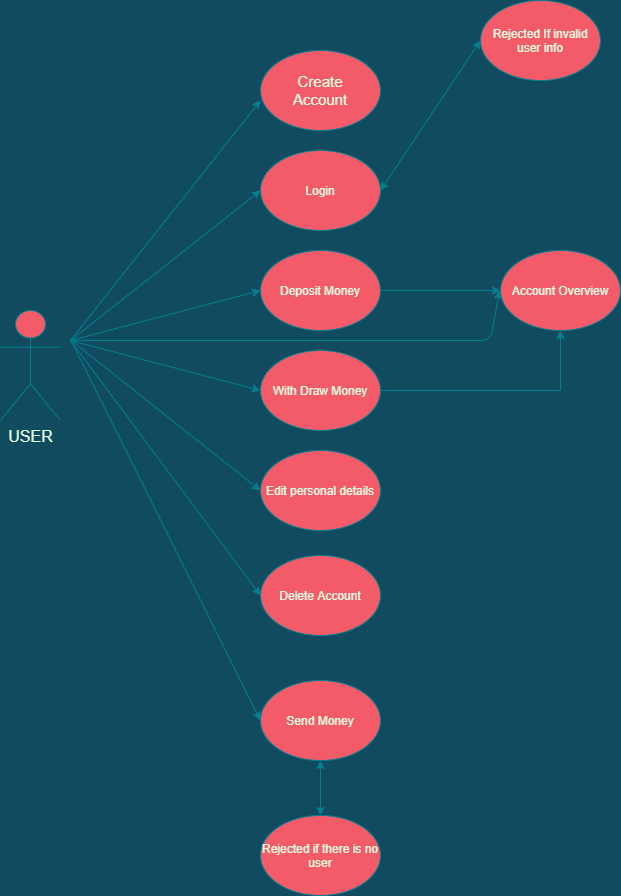
The draw.io diagram assests/User_Diagram.png in abuz33/Banking_System_Python_With_GUI, before a commit. Source tidied: cells renumbered, new cells last; positions are measured from the earlier drawing's top-left corner, leaving out a move shared by most shapes.
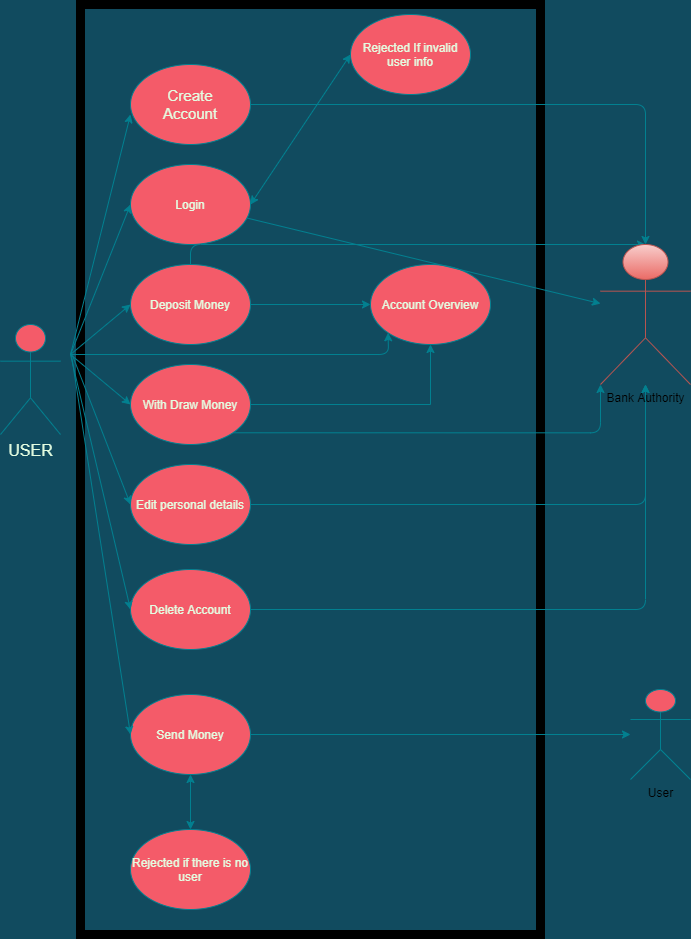
After the change.

What changed in the source:
```diff
@@ -2,24 +2,42 @@
   <root>
     <mxCell id="0" />
     <mxCell id="1" parent="0" />
+    <mxCell id="26" style="rounded=0;whiteSpace=wrap;html=1;sketch=0;fillColor=none;strokeWidth=9;" parent="1" vertex="1">
+      <mxGeometry x="210" y="-10" width="460" height="930" as="geometry" />
+    </mxCell>
+    <mxCell id="27" style="edgeStyle=orthogonalEdgeStyle;curved=0;rounded=1;sketch=0;jettySize=auto;html=1;exitX=1;exitY=0.5;exitDx=0;exitDy=0;strokeColor=#028090;fillColor=#F45B69;fontColor=#E4FDE1;" parent="1" edge="1" source="2" target="33">
+      <mxGeometry relative="1" as="geometry" />
+    </mxCell>
     <mxCell id="2" style="ellipse;whiteSpace=wrap;html=1;fillColor=#F45B69;strokeColor=#028090;fontColor=#E4FDE1;" parent="1" vertex="1">
       <mxGeometry x="260" y="50" width="120" height="80" as="geometry" />
     </mxCell>
     <mxCell id="3" value="Rejected if there is no user" style="ellipse;whiteSpace=wrap;html=1;fillColor=#F45B69;strokeColor=#028090;fontColor=#E4FDE1;" parent="1" vertex="1">
       <mxGeometry x="260" y="815" width="120" height="80" as="geometry" />
     </mxCell>
+    <mxCell id="28" style="edgeStyle=orthogonalEdgeStyle;curved=0;rounded=1;sketch=0;jettySize=auto;html=1;strokeColor=#028090;fillColor=#F45B69;fontColor=#E4FDE1;" parent="1" edge="1" source="4" target="35">
+      <mxGeometry relative="1" as="geometry" />
+    </mxCell>
     <mxCell id="4" value="Send Money" style="ellipse;whiteSpace=wrap;html=1;fillColor=#F45B69;strokeColor=#028090;fontColor=#E4FDE1;" parent="1" vertex="1">
       <mxGeometry x="260" y="680" width="120" height="80" as="geometry" />
     </mxCell>
+    <mxCell id="29" style="edgeStyle=orthogonalEdgeStyle;curved=0;rounded=1;sketch=0;jettySize=auto;html=1;strokeColor=#028090;fillColor=#F45B69;fontColor=#E4FDE1;" parent="1" edge="1" source="5" target="33">
+      <mxGeometry relative="1" as="geometry" />
+    </mxCell>
     <mxCell id="5" value="Edit personal details" style="ellipse;whiteSpace=wrap;html=1;fillColor=#F45B69;strokeColor=#028090;fontColor=#E4FDE1;" parent="1" vertex="1">
       <mxGeometry x="260" y="450" width="120" height="80" as="geometry" />
     </mxCell>
     <mxCell id="6" style="edgeStyle=orthogonalEdgeStyle;rounded=0;jettySize=auto;html=1;exitX=1;exitY=0.5;exitDx=0;exitDy=0;entryX=0.5;entryY=1;entryDx=0;entryDy=0;labelBackgroundColor=#114B5F;strokeColor=#028090;fontColor=#E4FDE1;" parent="1" edge="1" source="7" target="18">
       <mxGeometry relative="1" as="geometry" />
     </mxCell>
+    <mxCell id="30" style="edgeStyle=orthogonalEdgeStyle;curved=0;rounded=1;sketch=0;jettySize=auto;html=1;exitX=1;exitY=1;exitDx=0;exitDy=0;entryX=0;entryY=1;entryDx=0;entryDy=0;entryPerimeter=0;strokeColor=#028090;fillColor=#F45B69;fontColor=#E4FDE1;" parent="1" edge="1" source="7" target="33">
+      <mxGeometry relative="1" as="geometry" />
+    </mxCell>
     <mxCell id="7" value="With Draw Money" style="ellipse;whiteSpace=wrap;html=1;fillColor=#F45B69;strokeColor=#028090;fontColor=#E4FDE1;" parent="1" vertex="1">
       <mxGeometry x="260" y="350" width="120" height="80" as="geometry" />
     </mxCell>
+    <mxCell id="31" style="edgeStyle=orthogonalEdgeStyle;curved=0;rounded=1;sketch=0;jettySize=auto;html=1;exitX=0.5;exitY=0;exitDx=0;exitDy=0;entryX=0.5;entryY=0;entryDx=0;entryDy=0;entryPerimeter=0;strokeColor=#028090;fillColor=#F45B69;fontColor=#E4FDE1;" parent="1" edge="1" source="8" target="33">
+      <mxGeometry relative="1" as="geometry" />
+    </mxCell>
     <mxCell id="8" value="Deposit Money" style="ellipse;whiteSpace=wrap;html=1;fillColor=#F45B69;strokeColor=#028090;fontColor=#E4FDE1;" parent="1" vertex="1">
       <mxGeometry x="260" y="250" width="120" height="80" as="geometry" />
     </mxCell>
@@ -27,39 +45,39 @@
       <mxGeometry x="260" y="150" width="120" height="80" as="geometry" />
     </mxCell>
     <mxCell id="10" value="&lt;font style=&quot;font-size: 16px&quot;&gt;USER&lt;/font&gt;" style="shape=umlActor;verticalLabelPosition=bottom;verticalAlign=top;html=1;fillColor=#F45B69;strokeColor=#028090;fontColor=#E4FDE1;" parent="1" vertex="1">
-      <mxGeometry y="310" width="60" height="110" as="geometry" />
+      <mxGeometry x="130" y="310" width="60" height="110" as="geometry" />
     </mxCell>
     <mxCell id="11" value="&lt;font style=&quot;font-size: 15px&quot;&gt;Create Account&lt;/font&gt;" style="text;html=1;strokeColor=none;fillColor=none;align=center;verticalAlign=middle;whiteSpace=wrap;rounded=0;fontColor=#E4FDE1;" parent="1" vertex="1">
       <mxGeometry x="270" y="70" width="100" height="40" as="geometry" />
     </mxCell>
     <mxCell id="12" style="endArrow=classic;html=1;entryX=0;entryY=0.625;entryDx=0;entryDy=0;entryPerimeter=0;labelBackgroundColor=#114B5F;strokeColor=#028090;fontColor=#E4FDE1;" parent="1" edge="1" target="2">
       <mxGeometry relative="1" as="geometry">
-        <mxPoint x="70" y="340" as="sourcePoint" />
+        <mxPoint x="200" y="340" as="sourcePoint" />
       </mxGeometry>
     </mxCell>
     <mxCell id="13" style="endArrow=classic;html=1;entryX=0;entryY=0.5;entryDx=0;entryDy=0;labelBackgroundColor=#114B5F;strokeColor=#028090;fontColor=#E4FDE1;" parent="1" edge="1" target="9">
       <mxGeometry relative="1" as="geometry">
-        <mxPoint x="70" y="340" as="sourcePoint" />
+        <mxPoint x="200" y="340" as="sourcePoint" />
       </mxGeometry>
     </mxCell>
     <mxCell id="14" style="endArrow=classic;html=1;entryX=0;entryY=0.5;entryDx=0;entryDy=0;labelBackgroundColor=#114B5F;strokeColor=#028090;fontColor=#E4FDE1;" parent="1" edge="1" target="7">
       <mxGeometry relative="1" as="geometry">
-        <mxPoint x="70" y="340" as="sourcePoint" />
+        <mxPoint x="200" y="340" as="sourcePoint" />
       </mxGeometry>
     </mxCell>
     <mxCell id="15" style="endArrow=classic;html=1;entryX=0;entryY=0.5;entryDx=0;entryDy=0;labelBackgroundColor=#114B5F;strokeColor=#028090;fontColor=#E4FDE1;" parent="1" edge="1" target="5">
       <mxGeometry relative="1" as="geometry">
-        <mxPoint x="72" y="341" as="sourcePoint" />
+        <mxPoint x="202" y="341" as="sourcePoint" />
       </mxGeometry>
     </mxCell>
     <mxCell id="16" style="endArrow=classic;html=1;entryX=0;entryY=0.5;entryDx=0;entryDy=0;labelBackgroundColor=#114B5F;strokeColor=#028090;fontColor=#E4FDE1;" parent="1" edge="1" target="4">
       <mxGeometry relative="1" as="geometry">
-        <mxPoint x="71" y="341" as="sourcePoint" />
+        <mxPoint x="201" y="341" as="sourcePoint" />
       </mxGeometry>
     </mxCell>
     <mxCell id="17" style="endArrow=classic;html=1;entryX=0;entryY=0.5;entryDx=0;entryDy=0;labelBackgroundColor=#114B5F;strokeColor=#028090;fontColor=#E4FDE1;" parent="1" edge="1" target="8">
       <mxGeometry relative="1" as="geometry">
-        <mxPoint x="70" y="340" as="sourcePoint" />
+        <mxPoint x="200" y="340" as="sourcePoint" />
       </mxGeometry>
     </mxCell>
     <mxCell id="18" value="Account Overview" style="ellipse;whiteSpace=wrap;html=1;fillColor=#F45B69;strokeColor=#028090;fontColor=#E4FDE1;" parent="1" vertex="1">
@@ -68,24 +86,26 @@
     <mxCell id="19" style="endArrow=classic;html=1;exitX=1;exitY=0.5;exitDx=0;exitDy=0;labelBackgroundColor=#114B5F;strokeColor=#028090;fontColor=#E4FDE1;" parent="1" edge="1" source="8" target="18">
       <mxGeometry relative="1" as="geometry" />
     </mxCell>
-    <mxCell id="20" style="endArrow=classic;html=1;labelBackgroundColor=#114B5F;strokeColor=#028090;fontColor=#E4FDE1;" parent="1" edge="1">
+    <mxCell id="20" style="endArrow=classic;html=1;labelBackgroundColor=#114B5F;strokeColor=#028090;fontColor=#E4FDE1;entryX=0;entryY=1;entryDx=0;entryDy=0;" parent="1" edge="1" target="18">
       <mxGeometry relative="1" as="geometry">
-        <mxPoint x="70" y="340" as="sourcePoint" />
-        <mxPoint x="499" y="290" as="targetPoint" />
+        <mxPoint x="200" y="340" as="sourcePoint" />
         <Array as="points">
-          <mxPoint x="490" y="340" />
+          <mxPoint x="518" y="340" />
         </Array>
       </mxGeometry>
     </mxCell>
     <mxCell id="21" style="endArrow=classic;startArrow=classic;html=1;exitX=0.5;exitY=0;exitDx=0;exitDy=0;entryX=0.5;entryY=1;entryDx=0;entryDy=0;labelBackgroundColor=#114B5F;strokeColor=#028090;fontColor=#E4FDE1;" parent="1" edge="1" source="3" target="4">
       <mxGeometry relative="1" as="geometry" />
     </mxCell>
+    <mxCell id="32" style="edgeStyle=orthogonalEdgeStyle;curved=0;rounded=1;sketch=0;jettySize=auto;html=1;strokeColor=#028090;fillColor=#F45B69;fontColor=#E4FDE1;" parent="1" edge="1" source="22" target="33">
+      <mxGeometry relative="1" as="geometry" />
+    </mxCell>
     <mxCell id="22" value="Delete Account" style="ellipse;whiteSpace=wrap;html=1;fillColor=#F45B69;strokeColor=#028090;fontColor=#E4FDE1;" parent="1" vertex="1">
       <mxGeometry x="260" y="555" width="120" height="80" as="geometry" />
     </mxCell>
     <mxCell id="23" style="endArrow=classic;html=1;entryX=0;entryY=0.5;entryDx=0;entryDy=0;labelBackgroundColor=#114B5F;strokeColor=#028090;fontColor=#E4FDE1;" parent="1" edge="1" target="22">
       <mxGeometry relative="1" as="geometry">
-        <mxPoint x="70" y="340" as="sourcePoint" />
+        <mxPoint x="200" y="340" as="sourcePoint" />
       </mxGeometry>
     </mxCell>
     <mxCell id="24" value="Rejected If invalid user info" style="ellipse;whiteSpace=wrap;html=1;fillColor=#F45B69;strokeColor=#028090;fontColor=#E4FDE1;" parent="1" vertex="1">
@@ -94,5 +114,14 @@
     <mxCell id="25" style="endArrow=classic;startArrow=classic;html=1;entryX=0;entryY=0.5;entryDx=0;entryDy=0;exitX=1;exitY=0.5;exitDx=0;exitDy=0;fillColor=#F45B69;strokeColor=#028090;labelBackgroundColor=#114B5F;fontColor=#E4FDE1;" parent="1" edge="1" source="9" target="24">
       <mxGeometry relative="1" as="geometry" />
     </mxCell>
+    <mxCell id="33" value="Bank Authority" style="shape=umlActor;verticalLabelPosition=bottom;verticalAlign=top;html=1;outlineConnect=0;gradientColor=#ea6b66;fillColor=#f8cecc;strokeColor=#b85450;" parent="1" vertex="1">
+      <mxGeometry x="730" y="230" width="90" height="140" as="geometry" />
+    </mxCell>
+    <mxCell id="34" style="endArrow=classic;html=1;strokeColor=#028090;fillColor=#F45B69;fontColor=#E4FDE1;" parent="1" edge="1" source="9" target="33">
+      <mxGeometry relative="1" as="geometry" />
+    </mxCell>
+    <mxCell id="35" value="&lt;font color=&quot;#000000&quot;&gt;User&lt;/font&gt;" style="shape=umlActor;verticalLabelPosition=bottom;verticalAlign=top;html=1;outlineConnect=0;rounded=0;sketch=0;strokeColor=#028090;fillColor=#F45B69;fontColor=#E4FDE1;" parent="1" vertex="1">
+      <mxGeometry x="760" y="675" width="60" height="90" as="geometry" />
+    </mxCell>
   </root>
 </mxGraphModel>
```
